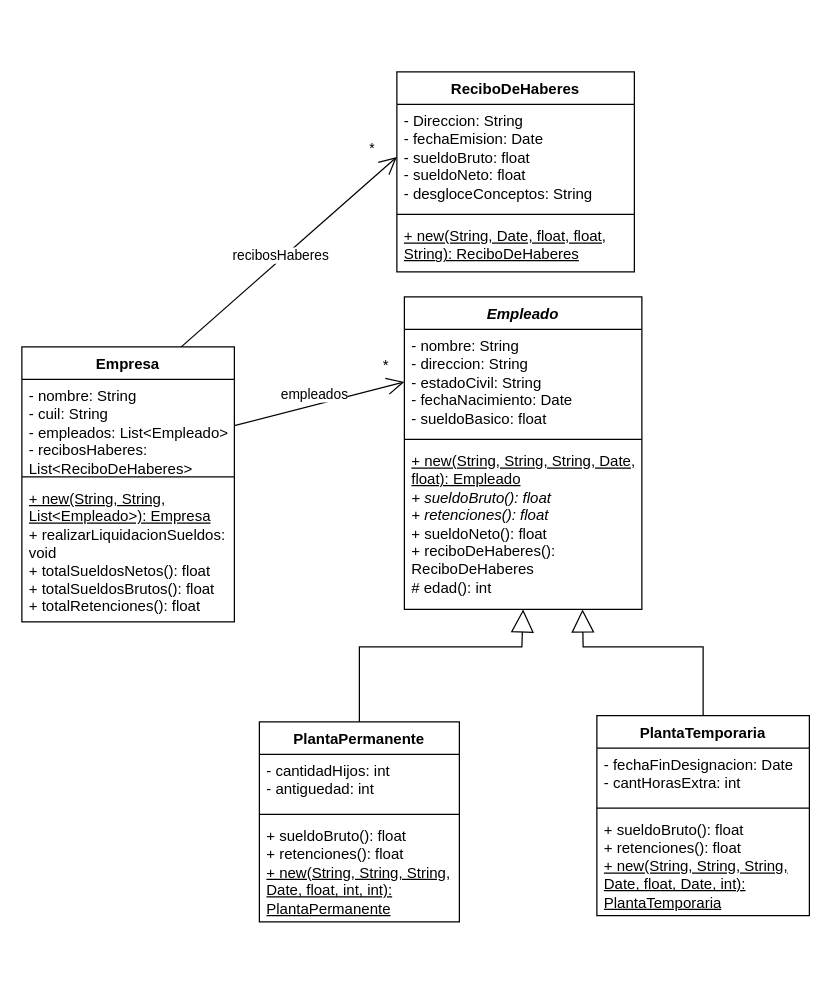
This is tp2-UML/uml-ejercicio-1.drawio from franngo/programacionConObjetosII2025S2, a draw.io file, before an edit. Source tidied: cells renumbered, new cells numbered last; positions are measured from the earlier drawing's top-left corner, leaving out a move shared by most shapes. Both pictures are drawn from the tidied source at 125%, with x=0, y=0 at pixel (21, 71).
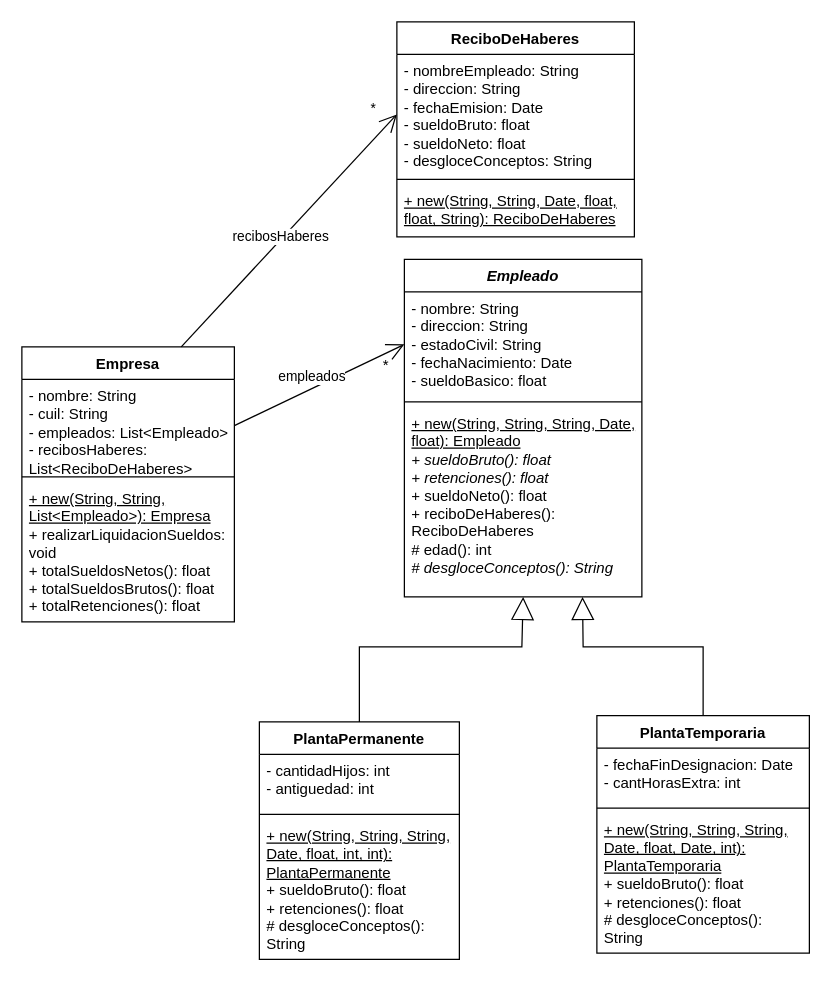
The same page after the edit.

Commit message (it also covers changes not shown here):
Todo lo relativo a ejercicio 1 ya implementado. Falta terminar la clase Contratado

The edit, as a diff of the source:
```diff
@@
     <mxCell id="6" value="&lt;div&gt;&lt;i&gt;Empleado&lt;/i&gt;&lt;/div&gt;" style="swimlane;fontStyle=1;align=center;verticalAlign=top;horizontal=1;startSize=26;whiteSpace=wrap;html=1;" parent="1" vertex="1">
-      <mxGeometry x="306" y="180" width="190" height="250" as="geometry" />
+      <mxGeometry x="306" y="150" width="190" height="270" as="geometry" />
     </mxCell>
@@
-    <mxCell id="9" value="&lt;u&gt;+ new(String, String, String, Date, float): Empleado&lt;/u&gt;&lt;br&gt;&lt;i&gt;+ sueldoBruto(): float&lt;br&gt;+ retenciones(): float&lt;/i&gt;&lt;br&gt;+ sueldoNeto(): float&lt;br&gt;+ reciboDeHaberes(): ReciboDeHaberes&lt;br&gt;# edad(): int&lt;div&gt;&lt;br&gt;&lt;/div&gt;" style="text;strokeColor=none;fillColor=none;align=left;verticalAlign=top;spacingLeft=4;spacingRight=4;overflow=hidden;whiteSpace=wrap;html=1;" parent="6" vertex="1">
-      <mxGeometry y="118" width="190" height="132" as="geometry" />
+    <mxCell id="9" value="&lt;u&gt;+ new(String, String, String, Date, float): Empleado&lt;/u&gt;&lt;br&gt;&lt;i&gt;+ sueldoBruto(): float&lt;br&gt;+ retenciones(): float&lt;/i&gt;&lt;br&gt;+ sueldoNeto(): float&lt;br&gt;+ reciboDeHaberes(): ReciboDeHaberes&lt;br&gt;# edad(): int&lt;div&gt;&lt;i&gt;# desgloceConceptos(): String&lt;/i&gt;&lt;/div&gt;" style="text;strokeColor=none;fillColor=none;align=left;verticalAlign=top;spacingLeft=4;spacingRight=4;overflow=hidden;whiteSpace=wrap;html=1;" parent="6" vertex="1">
+      <mxGeometry y="118" width="190" height="152" as="geometry" />
     </mxCell>
     <mxCell id="10" value="ReciboDeHaberes" style="swimlane;fontStyle=1;align=center;verticalAlign=top;horizontal=1;startSize=26;whiteSpace=wrap;html=1;" parent="1" vertex="1">
-      <mxGeometry x="300" width="190" height="160" as="geometry" />
+      <mxGeometry x="300" y="-40" width="190" height="172" as="geometry" />
     </mxCell>
-    <mxCell id="11" value="- Direccion: String&lt;br&gt;- fechaEmision: Date&lt;br&gt;&lt;div&gt;- sueldoBruto: float&lt;/div&gt;&lt;div&gt;- sueldoNeto: float&lt;br&gt;- desgloceConceptos: String&lt;/div&gt;" style="text;strokeColor=none;fillColor=none;align=left;verticalAlign=top;spacingLeft=4;spacingRight=4;overflow=hidden;points=[[0,0.5],[1,0.5]];portConstraint=eastwest;whiteSpace=wrap;html=1;" parent="10" vertex="1">
-      <mxGeometry y="26" width="190" height="84" as="geometry" />
+    <mxCell id="11" value="- nombreEmpleado: String&lt;br&gt;- direccion: String&lt;br&gt;- fechaEmision: Date&lt;br&gt;&lt;div&gt;- sueldoBruto: float&lt;/div&gt;&lt;div&gt;- sueldoNeto: float&lt;br&gt;- desgloceConceptos: String&lt;/div&gt;" style="text;strokeColor=none;fillColor=none;align=left;verticalAlign=top;spacingLeft=4;spacingRight=4;overflow=hidden;points=[[0,0.5],[1,0.5]];portConstraint=eastwest;whiteSpace=wrap;html=1;" parent="10" vertex="1">
+      <mxGeometry y="26" width="190" height="96" as="geometry" />
     </mxCell>
     <mxCell id="12" style="line;strokeWidth=1;fillColor=none;align=left;verticalAlign=middle;spacingTop=-1;spacingLeft=3;spacingRight=3;labelPosition=right;strokeColor=inherit;" parent="10" vertex="1">
-      <mxGeometry y="110" width="190" height="8" as="geometry" />
+      <mxGeometry y="122" width="190" height="8" as="geometry" />
     </mxCell>
-    <mxCell id="13" value="&lt;u&gt;+ new(String, Date, float, float, String): ReciboDeHaberes&lt;/u&gt;" style="text;strokeColor=none;fillColor=none;align=left;verticalAlign=top;spacingLeft=4;spacingRight=4;overflow=hidden;whiteSpace=wrap;html=1;" parent="10" vertex="1">
-      <mxGeometry y="118" width="190" height="42" as="geometry" />
+    <mxCell id="13" value="&lt;u&gt;+ new(String, String, Date, float, float, String): ReciboDeHaberes&lt;/u&gt;" style="text;strokeColor=none;fillColor=none;align=left;verticalAlign=top;spacingLeft=4;spacingRight=4;overflow=hidden;whiteSpace=wrap;html=1;" parent="10" vertex="1">
+      <mxGeometry y="130" width="190" height="42" as="geometry" />
     </mxCell>
     <mxCell id="14" value="PlantaPermanente" style="swimlane;fontStyle=1;align=center;verticalAlign=top;horizontal=1;startSize=26;whiteSpace=wrap;html=1;" parent="1" vertex="1">
-      <mxGeometry x="190" y="520" width="160" height="160" as="geometry" />
+      <mxGeometry x="190" y="520" width="160" height="190" as="geometry" />
     </mxCell>
@@
-    <mxCell id="17" value="+ sueldoBruto(): float&lt;br&gt;+ retenciones(): float&lt;br&gt;&lt;u&gt;+ new(String, String, String, Date, float, int, int): PlantaPermanente&lt;/u&gt;" style="text;strokeColor=none;fillColor=none;align=left;verticalAlign=top;spacingLeft=4;spacingRight=4;overflow=hidden;whiteSpace=wrap;html=1;" parent="14" vertex="1">
-      <mxGeometry y="78" width="160" height="82" as="geometry" />
+    <mxCell id="17" value="&lt;u&gt;+ new(String, String, String, Date, float, int, int): PlantaPermanente&lt;/u&gt;&lt;br&gt;+ sueldoBruto(): float&lt;br&gt;+ retenciones(): float&lt;u&gt;&lt;br&gt;&lt;/u&gt;# desgloceConceptos(): String" style="text;strokeColor=none;fillColor=none;align=left;verticalAlign=top;spacingLeft=4;spacingRight=4;overflow=hidden;whiteSpace=wrap;html=1;" parent="14" vertex="1">
+      <mxGeometry y="78" width="160" height="112" as="geometry" />
     </mxCell>
     <mxCell id="18" value="PlantaTemporaria" style="swimlane;fontStyle=1;align=center;verticalAlign=top;horizontal=1;startSize=26;whiteSpace=wrap;html=1;" parent="1" vertex="1">
-      <mxGeometry x="460" y="515" width="170" height="160" as="geometry" />
+      <mxGeometry x="460" y="515" width="170" height="190" as="geometry" />
     </mxCell>
@@
-    <mxCell id="21" value="+ sueldoBruto(): float&lt;br&gt;+ retenciones(): float&lt;br&gt;&lt;u&gt;+ new(String, String, String, Date, float, Date, int): PlantaTemporaria&lt;/u&gt;" style="text;strokeColor=none;fillColor=none;align=left;verticalAlign=top;spacingLeft=4;spacingRight=4;overflow=hidden;whiteSpace=wrap;html=1;" parent="18" vertex="1">
-      <mxGeometry y="78" width="170" height="82" as="geometry" />
+    <mxCell id="21" value="&lt;u&gt;+ new(String, String, String, Date, float, Date, int): PlantaTemporaria&lt;/u&gt;&lt;br&gt;+ sueldoBruto(): float&lt;br&gt;+ retenciones(): float&lt;u&gt;&lt;br&gt;&lt;/u&gt;# desgloceConceptos(): String" style="text;strokeColor=none;fillColor=none;align=left;verticalAlign=top;spacingLeft=4;spacingRight=4;overflow=hidden;whiteSpace=wrap;html=1;" parent="18" vertex="1">
+      <mxGeometry y="78" width="170" height="112" as="geometry" />
     </mxCell>
```
